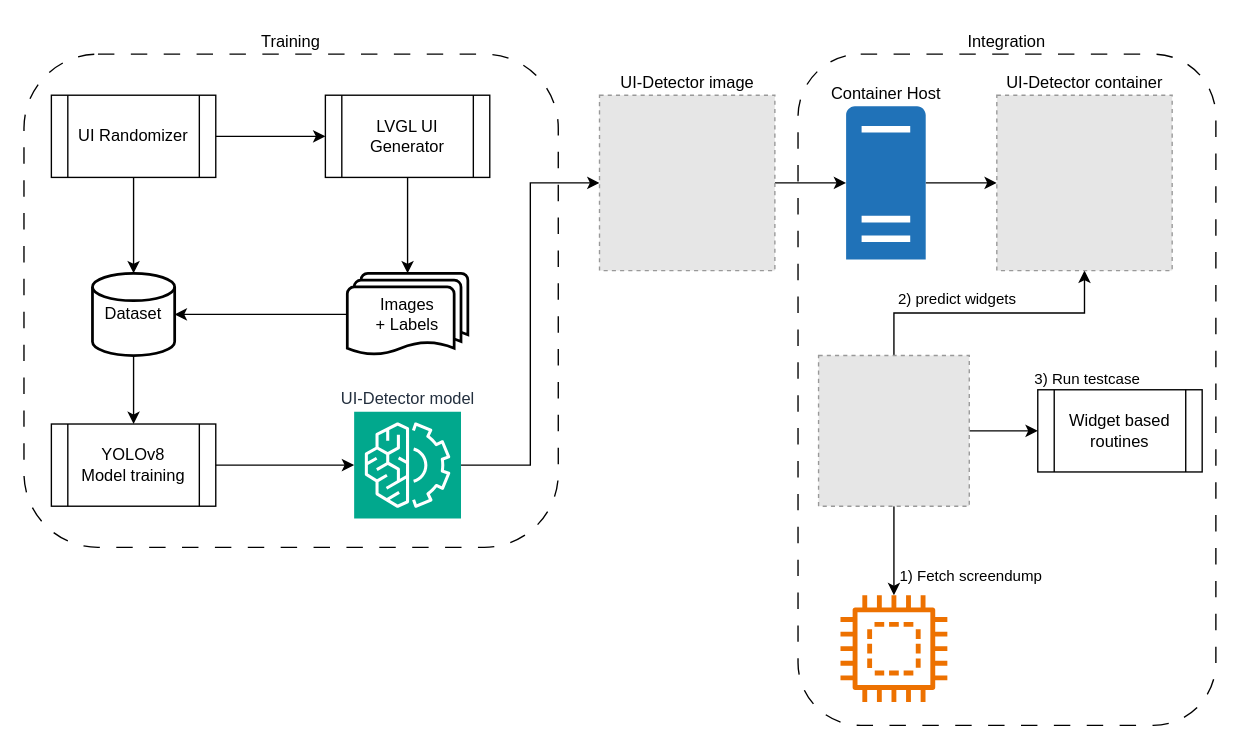
Before: doc/Framework.drawio in HackXIt/lvgl-ui-detector, a draw.io diagram. Source tidied: cells renumbered, new cells numbered last; positions are measured from the earlier drawing's top-left corner, leaving out a move shared by most shapes. Both pictures are drawn from the tidied source at 137%, with x=0, y=0 at pixel (23, 53). Pictures stored in the file or linked from it are replaced by grey dashed boxes.
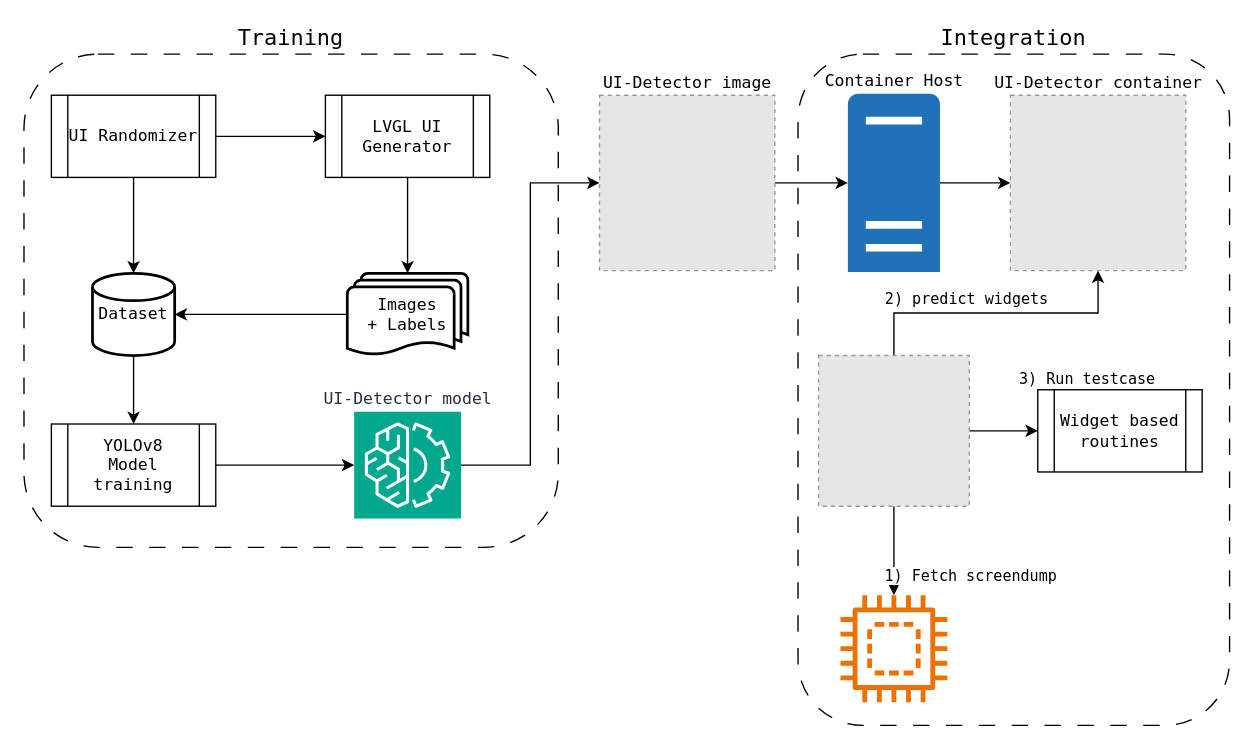
Above is the later version.

Diff of the diagram source:
```diff
@@
-    <mxCell id="2" value="Integration" style="rounded=1;whiteSpace=wrap;html=1;fillColor=none;dashed=1;dashPattern=12 12;labelPosition=center;verticalLabelPosition=top;align=center;verticalAlign=bottom;" parent="1" vertex="1">
-      <mxGeometry x="565" width="305" height="490" as="geometry" />
+    <mxCell id="2" value="Integration" style="rounded=1;whiteSpace=wrap;html=1;fillColor=none;dashed=1;dashPattern=12 12;labelPosition=center;verticalLabelPosition=top;align=center;verticalAlign=bottom;fontFamily=Lucida Console;fontSize=16;" parent="1" vertex="1">
+      <mxGeometry x="565" width="315" height="490" as="geometry" />
     </mxCell>
-    <mxCell id="3" style="edgeStyle=orthogonalEdgeStyle;rounded=0;jettySize=auto;html=1;exitX=1;exitY=0.5;exitDx=0;exitDy=0;entryX=0;entryY=0.5;entryDx=0;entryDy=0;" parent="1" edge="1" source="4" target="5">
+    <mxCell id="3" style="edgeStyle=orthogonalEdgeStyle;rounded=0;jettySize=auto;html=1;exitX=1;exitY=0.5;exitDx=0;exitDy=0;entryX=0;entryY=0.5;entryDx=0;entryDy=0;fontFamily=Lucida Console;" parent="1" edge="1" source="4" target="5">
       <mxGeometry relative="1" as="geometry" />
     </mxCell>
-    <mxCell id="4" value="UI Randomizer" style="shape=process;whiteSpace=wrap;html=1;backgroundOutline=1;" parent="1" vertex="1">
+    <mxCell id="4" value="UI Randomizer" style="shape=process;whiteSpace=wrap;html=1;backgroundOutline=1;fontFamily=Lucida Console;" parent="1" vertex="1">
       <mxGeometry x="20" y="30" width="120" height="60" as="geometry" />
     </mxCell>
-    <mxCell id="5" value="LVGL UI Generator" style="shape=process;whiteSpace=wrap;html=1;backgroundOutline=1;" parent="1" vertex="1">
+    <mxCell id="5" value="LVGL UI Generator" style="shape=process;whiteSpace=wrap;html=1;backgroundOutline=1;fontFamily=Lucida Console;" parent="1" vertex="1">
       <mxGeometry x="220" y="30" width="120" height="60" as="geometry" />
     </mxCell>
-    <mxCell id="6" style="edgeStyle=orthogonalEdgeStyle;rounded=0;jettySize=auto;html=1;exitX=0.5;exitY=1;exitDx=0;exitDy=0;exitPerimeter=0;entryX=0.5;entryY=0;entryDx=0;entryDy=0;" parent="1" edge="1" source="7" target="12">
+    <mxCell id="6" style="edgeStyle=orthogonalEdgeStyle;rounded=0;jettySize=auto;html=1;exitX=0.5;exitY=1;exitDx=0;exitDy=0;exitPerimeter=0;entryX=0.5;entryY=0;entryDx=0;entryDy=0;fontFamily=Lucida Console;" parent="1" edge="1" source="7" target="12">
       <mxGeometry relative="1" as="geometry" />
     </mxCell>
-    <mxCell id="7" value="Dataset" style="strokeWidth=2;html=1;shape=mxgraph.flowchart.database;whiteSpace=wrap;" parent="1" vertex="1">
+    <mxCell id="7" value="Dataset" style="strokeWidth=2;html=1;shape=mxgraph.flowchart.database;whiteSpace=wrap;fontFamily=Lucida Console;" parent="1" vertex="1">
       <mxGeometry x="50" y="160" width="60" height="60" as="geometry" />
     </mxCell>
-    <mxCell id="8" style="edgeStyle=orthogonalEdgeStyle;rounded=0;jettySize=auto;html=1;exitX=0.5;exitY=1;exitDx=0;exitDy=0;entryX=0.5;entryY=0;entryDx=0;entryDy=0;entryPerimeter=0;" parent="1" edge="1" source="4" target="7">
+    <mxCell id="8" style="edgeStyle=orthogonalEdgeStyle;rounded=0;jettySize=auto;html=1;exitX=0.5;exitY=1;exitDx=0;exitDy=0;entryX=0.5;entryY=0;entryDx=0;entryDy=0;entryPerimeter=0;fontFamily=Lucida Console;" parent="1" edge="1" source="4" target="7">
       <mxGeometry relative="1" as="geometry" />
     </mxCell>
-    <mxCell id="9" value="Images&lt;br&gt;+ Labels" style="strokeWidth=2;html=1;shape=mxgraph.flowchart.multi-document;whiteSpace=wrap;" parent="1" vertex="1">
+    <mxCell id="9" value="Images&lt;br&gt;+ Labels" style="strokeWidth=2;html=1;shape=mxgraph.flowchart.multi-document;whiteSpace=wrap;fontFamily=Lucida Console;" parent="1" vertex="1">
       <mxGeometry x="236" y="160" width="88" height="60" as="geometry" />
     </mxCell>
-    <mxCell id="10" style="edgeStyle=orthogonalEdgeStyle;rounded=0;jettySize=auto;html=1;exitX=0.5;exitY=1;exitDx=0;exitDy=0;entryX=0.5;entryY=0;entryDx=0;entryDy=0;entryPerimeter=0;" parent="1" edge="1" source="5" target="9">
+    <mxCell id="10" style="edgeStyle=orthogonalEdgeStyle;rounded=0;jettySize=auto;html=1;exitX=0.5;exitY=1;exitDx=0;exitDy=0;entryX=0.5;entryY=0;entryDx=0;entryDy=0;entryPerimeter=0;fontFamily=Lucida Console;" parent="1" edge="1" source="5" target="9">
       <mxGeometry relative="1" as="geometry" />
     </mxCell>
-    <mxCell id="11" style="edgeStyle=orthogonalEdgeStyle;rounded=0;jettySize=auto;html=1;exitX=0;exitY=0.5;exitDx=0;exitDy=0;exitPerimeter=0;entryX=1;entryY=0.5;entryDx=0;entryDy=0;entryPerimeter=0;" parent="1" edge="1" source="9" target="7">
+    <mxCell id="11" style="edgeStyle=orthogonalEdgeStyle;rounded=0;jettySize=auto;html=1;exitX=0;exitY=0.5;exitDx=0;exitDy=0;exitPerimeter=0;entryX=1;entryY=0.5;entryDx=0;entryDy=0;entryPerimeter=0;fontFamily=Lucida Console;" parent="1" edge="1" source="9" target="7">
       <mxGeometry relative="1" as="geometry" />
     </mxCell>
-    <mxCell id="12" value="YOLOv8&lt;br&gt;Model training" style="shape=process;whiteSpace=wrap;html=1;backgroundOutline=1;" parent="1" vertex="1">
+    <mxCell id="12" value="YOLOv8&lt;br&gt;Model training" style="shape=process;whiteSpace=wrap;html=1;backgroundOutline=1;fontFamily=Lucida Console;" parent="1" vertex="1">
       <mxGeometry x="20" y="270" width="120" height="60" as="geometry" />
     </mxCell>
-    <mxCell id="13" style="edgeStyle=orthogonalEdgeStyle;rounded=0;jettySize=auto;html=1;exitX=1;exitY=0.5;exitDx=0;exitDy=0;exitPerimeter=0;entryX=0;entryY=0.5;entryDx=0;entryDy=0;" parent="1" edge="1" source="14" target="17">
+    <mxCell id="13" style="edgeStyle=orthogonalEdgeStyle;rounded=0;jettySize=auto;html=1;exitX=1;exitY=0.5;exitDx=0;exitDy=0;exitPerimeter=0;entryX=0;entryY=0.5;entryDx=0;entryDy=0;fontFamily=Lucida Console;" parent="1" edge="1" source="14" target="17">
       <mxGeometry relative="1" as="geometry" />
     </mxCell>
-    <mxCell id="14" value="UI-Detector model" style="sketch=0;points=[[0,0,0],[0.25,0,0],[0.5,0,0],[0.75,0,0],[1,0,0],[0,1,0],[0.25,1,0],[0.5,1,0],[0.75,1,0],[1,1,0],[0,0.25,0],[0,0.5,0],[0,0.75,0],[1,0.25,0],[1,0.5,0],[1,0.75,0]];outlineConnect=0;fontColor=#232F3E;fillColor=#01A88D;strokeColor=#ffffff;dashed=0;verticalLabelPosition=top;verticalAlign=bottom;align=center;html=1;fontSize=12;fontStyle=0;shape=mxgraph.aws4.resourceIcon;resIcon=mxgraph.aws4.machine_learning;labelPosition=center;" parent="1" vertex="1">
+    <mxCell id="14" value="UI-Detector model" style="sketch=0;points=[[0,0,0],[0.25,0,0],[0.5,0,0],[0.75,0,0],[1,0,0],[0,1,0],[0.25,1,0],[0.5,1,0],[0.75,1,0],[1,1,0],[0,0.25,0],[0,0.5,0],[0,0.75,0],[1,0.25,0],[1,0.5,0],[1,0.75,0]];outlineConnect=0;fontColor=#232F3E;fillColor=#01A88D;strokeColor=#ffffff;dashed=0;verticalLabelPosition=top;verticalAlign=bottom;align=center;html=1;fontSize=12;fontStyle=0;shape=mxgraph.aws4.resourceIcon;resIcon=mxgraph.aws4.machine_learning;labelPosition=center;fontFamily=Lucida Console;" parent="1" vertex="1">
       <mxGeometry x="241" y="261" width="78" height="78" as="geometry" />
     </mxCell>
-    <mxCell id="15" style="edgeStyle=orthogonalEdgeStyle;rounded=0;jettySize=auto;html=1;exitX=1;exitY=0.5;exitDx=0;exitDy=0;entryX=0;entryY=0.5;entryDx=0;entryDy=0;entryPerimeter=0;" parent="1" edge="1" source="12" target="14">
+    <mxCell id="15" style="edgeStyle=orthogonalEdgeStyle;rounded=0;jettySize=auto;html=1;exitX=1;exitY=0.5;exitDx=0;exitDy=0;entryX=0;entryY=0.5;entryDx=0;entryDy=0;entryPerimeter=0;fontFamily=Lucida Console;" parent="1" edge="1" source="12" target="14">
       <mxGeometry relative="1" as="geometry" />
     </mxCell>
-    <mxCell id="16" style="edgeStyle=orthogonalEdgeStyle;rounded=0;jettySize=auto;html=1;exitX=1;exitY=0.5;exitDx=0;exitDy=0;" parent="1" edge="1" source="17" target="26">
+    <mxCell id="16" style="edgeStyle=orthogonalEdgeStyle;rounded=0;jettySize=auto;html=1;exitX=1;exitY=0.5;exitDx=0;exitDy=0;fontFamily=Lucida Console;" parent="1" edge="1" source="17" target="26">
       <mxGeometry relative="1" as="geometry" />
     </mxCell>
-    <mxCell id="17" value="UI-Detector image" style="fillColor=#E6E6E6;strokeColor=#999999;dashed=1;html=1;verticalAlign=bottom;verticalLabelPosition=top;labelBackgroundColor=#ffffff;labelPosition=center;align=center;" parent="1" vertex="1">
+    <mxCell id="17" value="UI-Detector image" style="fillColor=#E6E6E6;strokeColor=#999999;dashed=1;html=1;verticalAlign=bottom;verticalLabelPosition=top;labelBackgroundColor=#ffffff;labelPosition=center;align=center;fontFamily=Lucida Console;" parent="1" vertex="1">
       <mxGeometry x="420.1" y="30" width="128" height="128" as="geometry" />
     </mxCell>
-    <mxCell id="18" style="edgeStyle=orthogonalEdgeStyle;rounded=0;jettySize=auto;html=1;exitX=0.5;exitY=1;exitDx=0;exitDy=0;" parent="1" edge="1" source="24" target="27">
+    <mxCell id="18" style="edgeStyle=orthogonalEdgeStyle;rounded=0;jettySize=auto;html=1;exitX=0.5;exitY=1;exitDx=0;exitDy=0;fontFamily=Lucida Console;" parent="1" edge="1" source="24" target="27">
       <mxGeometry relative="1" as="geometry" />
     </mxCell>
-    <mxCell id="19" value="1) Fetch screendump" style="edgeLabel;html=1;align=center;verticalAlign=middle;" parent="18" vertex="1">
+    <mxCell id="19" value="1) Fetch screendump" style="edgeLabel;html=1;align=center;verticalAlign=middle;fontFamily=Lucida Console;" parent="18" vertex="1">
       <mxGeometry x="-0.54" y="-2" relative="1" as="geometry">
         <mxPoint x="57" y="35" as="offset" />
       </mxGeometry>
     </mxCell>
-    <mxCell id="20" style="edgeStyle=orthogonalEdgeStyle;rounded=0;jettySize=auto;html=1;exitX=0.5;exitY=0;exitDx=0;exitDy=0;entryX=0.5;entryY=1;entryDx=0;entryDy=0;" parent="1" edge="1" source="24" target="28">
+    <mxCell id="20" style="edgeStyle=orthogonalEdgeStyle;rounded=0;jettySize=auto;html=1;exitX=0.5;exitY=0;exitDx=0;exitDy=0;entryX=0.5;entryY=1;entryDx=0;entryDy=0;fontFamily=Lucida Console;" parent="1" edge="1" source="24" target="28">
       <mxGeometry relative="1" as="geometry" />
     </mxCell>
-    <mxCell id="21" value="2) predict widgets" style="edgeLabel;html=1;align=center;verticalAlign=middle;" parent="20" vertex="1">
+    <mxCell id="21" value="2) predict widgets" style="edgeLabel;html=1;align=center;verticalAlign=middle;fontFamily=Lucida Console;" parent="20" vertex="1">
       <mxGeometry x="0.38" y="-2" relative="1" as="geometry">
         <mxPoint x="-63" y="-13" as="offset" />
       </mxGeometry>
     </mxCell>
-    <mxCell id="22" style="edgeStyle=orthogonalEdgeStyle;rounded=0;jettySize=auto;html=1;exitX=1;exitY=0.5;exitDx=0;exitDy=0;entryX=0;entryY=0.5;entryDx=0;entryDy=0;" parent="1" edge="1" source="24" target="29">
+    <mxCell id="22" style="edgeStyle=orthogonalEdgeStyle;rounded=0;jettySize=auto;html=1;exitX=1;exitY=0.5;exitDx=0;exitDy=0;entryX=0;entryY=0.5;entryDx=0;entryDy=0;fontFamily=Lucida Console;" parent="1" edge="1" source="24" target="29">
       <mxGeometry relative="1" as="geometry" />
     </mxCell>
-    <mxCell id="23" value="3) Run testcase" style="edgeLabel;html=1;align=center;verticalAlign=middle;" parent="22" vertex="1">
+    <mxCell id="23" value="3) Run testcase" style="edgeLabel;html=1;align=center;verticalAlign=middle;fontFamily=Lucida Console;" parent="22" vertex="1">
       <mxGeometry x="0.42" relative="1" as="geometry">
         <mxPoint x="49" y="-39" as="offset" />
       </mxGeometry>
     </mxCell>
-    <mxCell id="24" style="fillColor=#E6E6E6;strokeColor=#999999;dashed=1;verticalLabelPosition=bottom;labelBackgroundColor=default;verticalAlign=top;" parent="1" vertex="1">
+    <mxCell id="24" style="fillColor=#E6E6E6;strokeColor=#999999;dashed=1;verticalLabelPosition=bottom;labelBackgroundColor=default;verticalAlign=top;fontFamily=Lucida Console;" parent="1" vertex="1">
       <mxGeometry x="580" y="220" width="110" height="110" as="geometry" />
     </mxCell>
-    <mxCell id="25" style="edgeStyle=orthogonalEdgeStyle;rounded=0;jettySize=auto;html=1;" parent="1" edge="1" source="26" target="28">
+    <mxCell id="25" style="edgeStyle=orthogonalEdgeStyle;rounded=0;jettySize=auto;html=1;fontFamily=Lucida Console;" parent="1" edge="1" source="26" target="28">
       <mxGeometry relative="1" as="geometry" />
     </mxCell>
-    <mxCell id="26" value="Container Host" style="sketch=0;shadow=0;dashed=0;html=1;strokeColor=none;labelPosition=center;verticalLabelPosition=top;verticalAlign=bottom;outlineConnect=0;align=center;shape=mxgraph.office.servers.physical_host;fillColor=#2072B8;" parent="1" vertex="1">
-      <mxGeometry x="600.1" y="38" width="58.1" height="112" as="geometry" />
+    <mxCell id="26" value="Container Host" style="sketch=0;shadow=0;dashed=0;html=1;strokeColor=none;labelPosition=center;verticalLabelPosition=top;verticalAlign=bottom;outlineConnect=0;align=center;shape=mxgraph.office.servers.physical_host;fillColor=#2072B8;fontFamily=Lucida Console;" parent="1" vertex="1">
+      <mxGeometry x="601.4" y="29" width="67.2" height="130" as="geometry" />
     </mxCell>
-    <mxCell id="27" style="sketch=0;outlineConnect=0;fontColor=#232F3E;gradientColor=none;fillColor=#ED7100;strokeColor=none;dashed=0;verticalLabelPosition=bottom;verticalAlign=top;align=center;html=1;fontSize=12;fontStyle=0;shape=mxgraph.aws4.braket_embedded_simulator;" parent="1" vertex="1">
+    <mxCell id="27" style="sketch=0;outlineConnect=0;fontColor=#232F3E;gradientColor=none;fillColor=#ED7100;strokeColor=none;dashed=0;verticalLabelPosition=bottom;verticalAlign=top;align=center;html=1;fontSize=12;fontStyle=0;shape=mxgraph.aws4.braket_embedded_simulator;fontFamily=Lucida Console;" parent="1" vertex="1">
       <mxGeometry x="596" y="395" width="78" height="78" as="geometry" />
     </mxCell>
-    <mxCell id="28" value="UI-Detector container" style="fillColor=#E6E6E6;strokeColor=#999999;dashed=1;html=1;verticalAlign=bottom;verticalLabelPosition=top;labelBackgroundColor=#ffffff;labelPosition=center;align=center;" parent="1" vertex="1">
-      <mxGeometry x="710.1" y="30" width="128" height="128" as="geometry" />
+    <mxCell id="28" value="UI-Detector container" style="fillColor=#E6E6E6;strokeColor=#999999;dashed=1;html=1;verticalAlign=bottom;verticalLabelPosition=top;labelBackgroundColor=#ffffff;labelPosition=center;align=center;fontFamily=Lucida Console;" parent="1" vertex="1">
+      <mxGeometry x="720" y="30" width="128" height="128" as="geometry" />
     </mxCell>
-    <mxCell id="29" value="Widget based routines" style="shape=process;whiteSpace=wrap;html=1;backgroundOutline=1;" parent="1" vertex="1">
+    <mxCell id="29" value="Widget based routines" style="shape=process;whiteSpace=wrap;html=1;backgroundOutline=1;fontFamily=Lucida Console;" parent="1" vertex="1">
       <mxGeometry x="740" y="245" width="120" height="60" as="geometry" />
     </mxCell>
-    <mxCell id="30" value="Training" style="rounded=1;whiteSpace=wrap;html=1;fillColor=none;dashed=1;dashPattern=12 12;labelPosition=center;verticalLabelPosition=top;align=center;verticalAlign=bottom;" parent="1" vertex="1">
+    <mxCell id="30" value="Training" style="rounded=1;whiteSpace=wrap;html=1;fillColor=none;dashed=1;dashPattern=12 12;labelPosition=center;verticalLabelPosition=top;align=center;verticalAlign=bottom;fontFamily=Lucida Console;fontSize=16;" parent="1" vertex="1">
       <mxGeometry width="390" height="360" as="geometry" />
     </mxCell>
```
